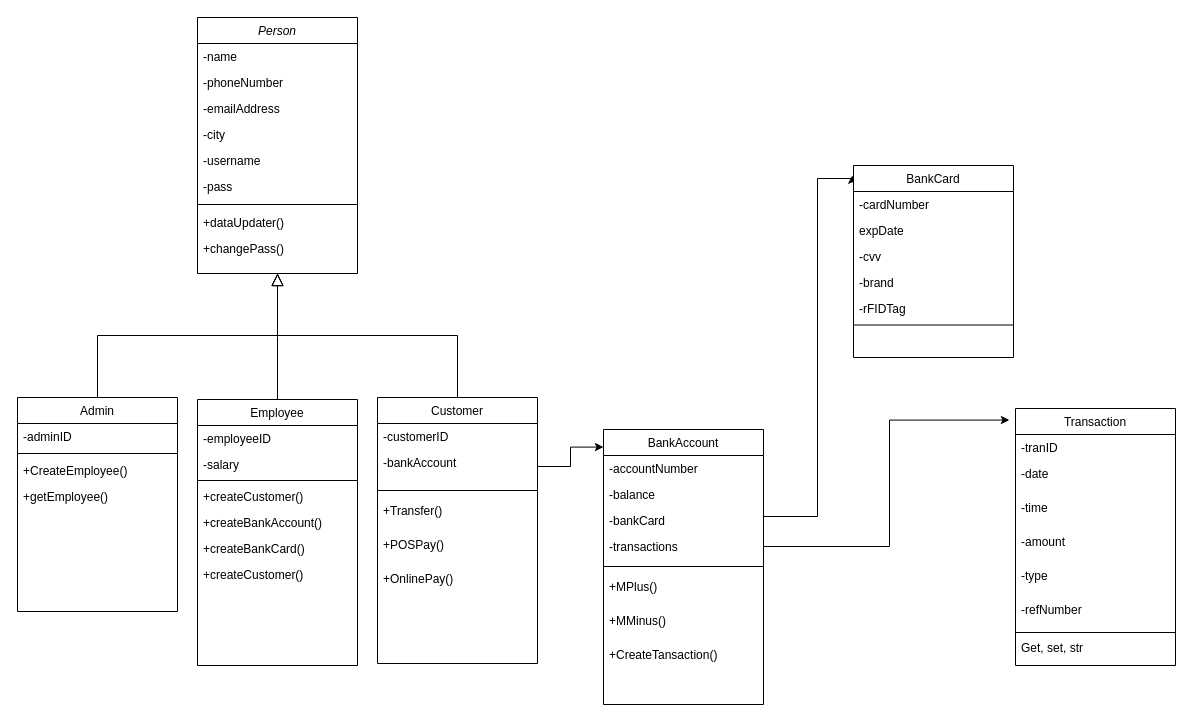
The draw.io diagram OOP Python/Project - Bank/bank.drawio in ladamtla/School, before the edit. Source tidied: cells renumbered, new cells numbered last; positions are measured from the earlier drawing's top-left corner, leaving out a move shared by most shapes. Both pictures are drawn from the tidied source at 100%, with x=0, y=0 at pixel (17, 17).
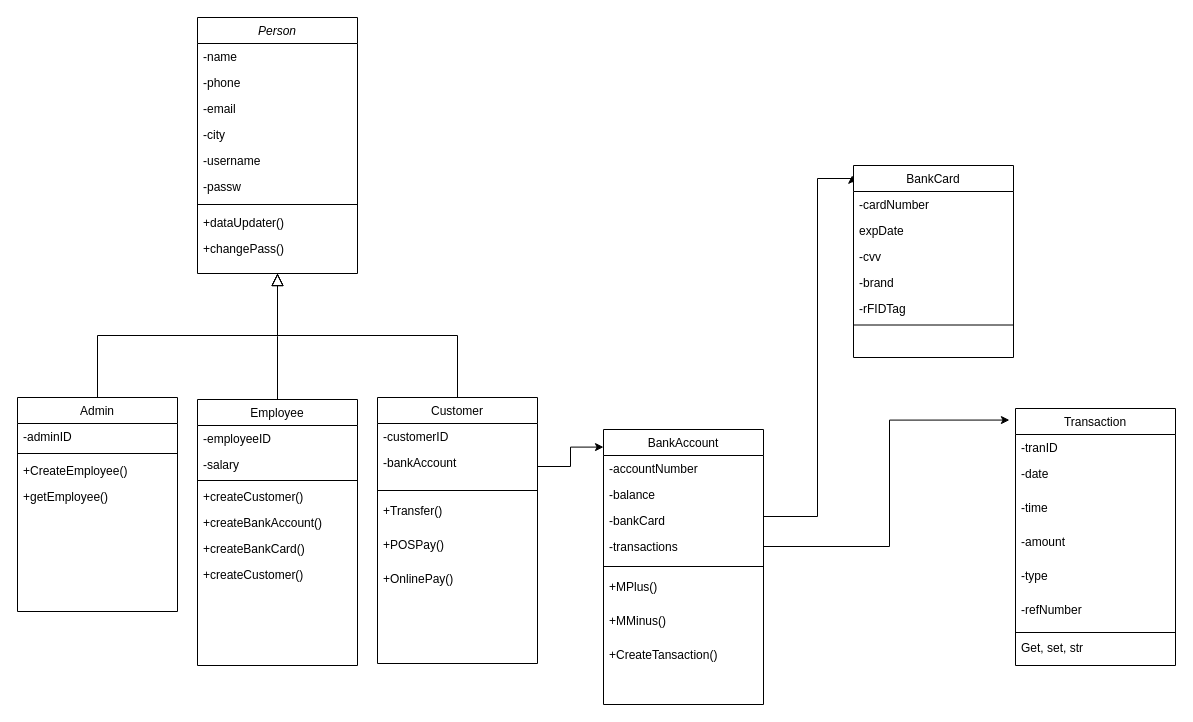
Above is the later version.

Unchanged cells that the change refers to:
```xml
<mxCell id="2" value="Person" style="swimlane;fontStyle=2;align=center;verticalAlign=top;horizontal=1;startSize=26;rounded=0;shadow=0;strokeWidth=1;" parent="1" vertex="1">
  <mxGeometry x="180" width="160" height="256" as="geometry" />
</mxCell>
```

Change to the diagram source:
```diff
@@
-    <mxCell id="4" value="-phoneNumber" style="text;align=left;verticalAlign=top;spacingLeft=4;spacingRight=4;overflow=hidden;rounded=0;shadow=0;html=0;" parent="2" vertex="1">
+    <mxCell id="4" value="-phone" style="text;align=left;verticalAlign=top;spacingLeft=4;spacingRight=4;overflow=hidden;rounded=0;shadow=0;html=0;" parent="2" vertex="1">
       <mxGeometry y="52" width="160" height="26" as="geometry" />
     </mxCell>
-    <mxCell id="5" value="-emailAddress" style="text;align=left;verticalAlign=top;spacingLeft=4;spacingRight=4;overflow=hidden;rounded=0;shadow=0;html=0;" parent="2" vertex="1">
+    <mxCell id="5" value="-email" style="text;align=left;verticalAlign=top;spacingLeft=4;spacingRight=4;overflow=hidden;rounded=0;shadow=0;html=0;" parent="2" vertex="1">
       <mxGeometry y="78" width="160" height="26" as="geometry" />
     </mxCell>
@@
-    <mxCell id="8" value="-pass" style="text;align=left;verticalAlign=top;spacingLeft=4;spacingRight=4;overflow=hidden;rounded=0;shadow=0;html=0;" parent="2" vertex="1">
+    <mxCell id="8" value="-passw" style="text;align=left;verticalAlign=top;spacingLeft=4;spacingRight=4;overflow=hidden;rounded=0;shadow=0;html=0;" parent="2" vertex="1">
       <mxGeometry y="156" width="160" height="26" as="geometry" />
     </mxCell>
```
